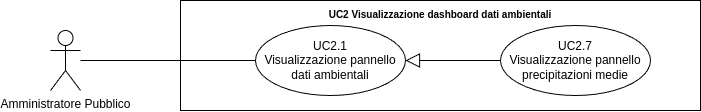
SWATEngineering/Docs keeps this draw.io diagram as src/3_PB/AnalisiDeiRequisiti/assets/UML/UC2.7_Visualizzazione-pannello-precipitazioni-medie.png. Above is the earlier version. Source tidied: cells renumbered, new cells last; positions are measured from the earlier drawing's top-left corner, leaving out a move shared by most shapes.
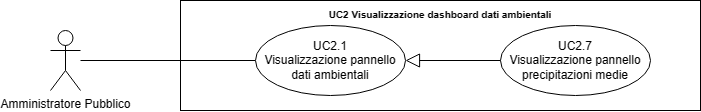
After the commit.

What changed in the source:
```diff
@@ -11,7 +11,7 @@
     <mxCell id="4" style="edgeStyle=none;html=1;endArrow=none;verticalAlign=bottom;rounded=0;" parent="1" edge="1" source="2" target="6">
       <mxGeometry relative="1" as="geometry" />
     </mxCell>
-    <mxCell id="5" value="UC2.7&lt;br&gt;Visualizzazione pannello precipitazioni medie" style="ellipse;whiteSpace=wrap;html=1;" parent="1" vertex="1">
+    <mxCell id="5" value="UC2.7&lt;br&gt;Visualizzazione pannello&lt;div&gt;precipitazioni&amp;nbsp;&lt;span style=&quot;background-color: initial;&quot;&gt;medie&lt;/span&gt;&lt;/div&gt;" style="ellipse;whiteSpace=wrap;html=1;" parent="1" vertex="1">
       <mxGeometry x="450" y="25" width="150" height="70" as="geometry" />
     </mxCell>
     <mxCell id="6" value="UC2.1&lt;br&gt;Visualizzazione pannello dati ambientali" style="ellipse;whiteSpace=wrap;html=1;" parent="1" vertex="1">
```
